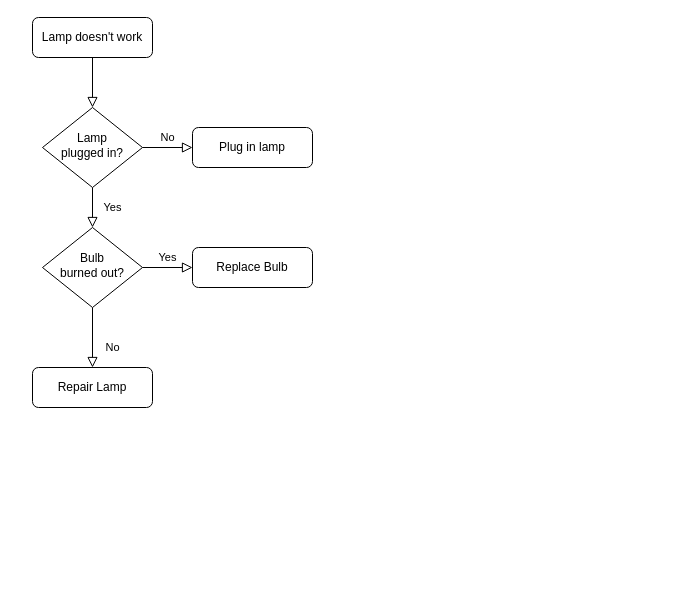
pierrelouisabraham/Lespetitsplats keeps this draw.io diagram as Diagramme sans nom.drawio. Above is the earlier version. Source tidied: cells renumbered, new cells numbered last; positions are measured from the earlier drawing's top-left corner, leaving out a move shared by most shapes. Both pictures are drawn from the tidied source at 100%, with x=0, y=0 at pixel (32, 17).
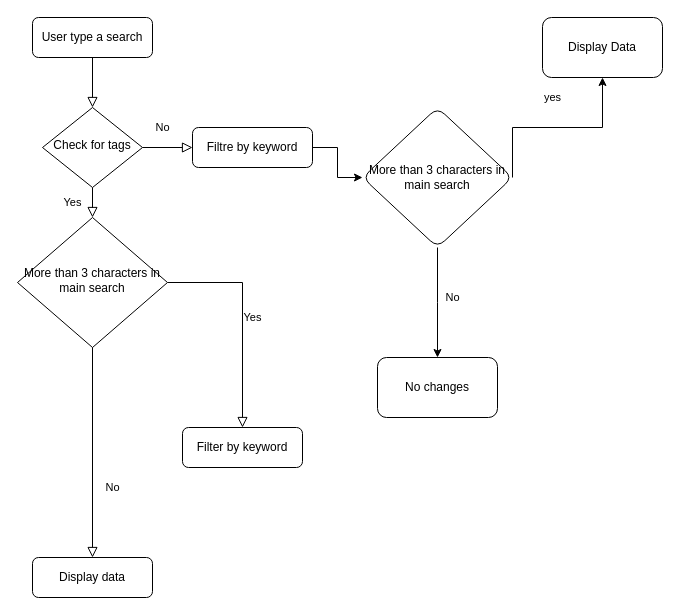
Above is the later version.

Commit message:
Mettre à jour Diagramme sans nom.drawio

The edit, as a diff of the source:
```diff
@@
-    <mxCell id="3" value="Lamp doesn't work" style="rounded=1;whiteSpace=wrap;html=1;fontSize=12;glass=0;strokeWidth=1;shadow=0;" parent="1" vertex="1">
+    <mxCell id="3" value="User type a search" style="rounded=1;whiteSpace=wrap;html=1;fontSize=12;glass=0;strokeWidth=1;shadow=0;" parent="1" vertex="1">
       <mxGeometry width="120" height="40" as="geometry" />
     </mxCell>
@@
     <mxCell id="5" value="No" style="edgeStyle=orthogonalEdgeStyle;rounded=0;html=1;jettySize=auto;fontSize=11;endArrow=block;endFill=0;endSize=8;strokeWidth=1;shadow=0;labelBackgroundColor=none;" parent="1" edge="1" source="6" target="7">
-      <mxGeometry y="10" relative="1" as="geometry" />
+      <mxGeometry x="-0.2" y="20" relative="1" as="geometry" />
     </mxCell>
-    <mxCell id="6" value="Lamp&lt;br&gt;plugged in?" style="rhombus;whiteSpace=wrap;html=1;shadow=0;fontFamily=Helvetica;fontSize=12;align=center;strokeWidth=1;spacing=6;spacingTop=-4;" parent="1" vertex="1">
+    <mxCell id="6" value="Check for tags" style="rhombus;whiteSpace=wrap;html=1;shadow=0;fontFamily=Helvetica;fontSize=12;align=center;strokeWidth=1;spacing=6;spacingTop=-4;" parent="1" vertex="1">
       <mxGeometry x="10" y="90" width="100" height="80" as="geometry" />
     </mxCell>
+    <mxCell id="13" style="edgeStyle=orthogonalEdgeStyle;rounded=0;jettySize=auto;html=1;" parent="1" edge="1" source="7" target="18">
+      <mxGeometry relative="1" as="geometry" />
+    </mxCell>
-    <mxCell id="7" value="Plug in lamp" style="rounded=1;whiteSpace=wrap;html=1;fontSize=12;glass=0;strokeWidth=1;shadow=0;" parent="1" vertex="1">
+    <mxCell id="7" value="Filtre by keyword" style="rounded=1;whiteSpace=wrap;html=1;fontSize=12;glass=0;strokeWidth=1;shadow=0;" parent="1" vertex="1">
       <mxGeometry x="160" y="110" width="120" height="40" as="geometry" />
     </mxCell>
@@
+    <mxCell id="14" style="edgeStyle=orthogonalEdgeStyle;rounded=0;jettySize=auto;html=1;exitX=0.5;exitY=1;exitDx=0;exitDy=0;" parent="1" edge="1" source="10">
+      <mxGeometry relative="1" as="geometry">
+        <mxPoint x="60" y="310" as="targetPoint" />
+      </mxGeometry>
+    </mxCell>
-    <mxCell id="10" value="Bulb&lt;br&gt;burned out?" style="rhombus;whiteSpace=wrap;html=1;shadow=0;fontFamily=Helvetica;fontSize=12;align=center;strokeWidth=1;spacing=6;spacingTop=-4;" parent="1" vertex="1">
-      <mxGeometry x="10" y="210" width="100" height="80" as="geometry" />
+    <mxCell id="10" value="More than 3 characters in main search" style="rhombus;whiteSpace=wrap;html=1;shadow=0;fontFamily=Helvetica;fontSize=12;align=center;strokeWidth=1;spacing=6;spacingTop=-4;" parent="1" vertex="1">
+      <mxGeometry x="-15" y="200" width="150" height="130" as="geometry" />
     </mxCell>
-    <mxCell id="11" value="Repair Lamp" style="rounded=1;whiteSpace=wrap;html=1;fontSize=12;glass=0;strokeWidth=1;shadow=0;" parent="1" vertex="1">
-      <mxGeometry y="350" width="120" height="40" as="geometry" />
+    <mxCell id="11" value="Display data" style="rounded=1;whiteSpace=wrap;html=1;fontSize=12;glass=0;strokeWidth=1;shadow=0;" parent="1" vertex="1">
+      <mxGeometry y="540" width="120" height="40" as="geometry" />
     </mxCell>
-    <mxCell id="12" value="Replace Bulb" style="rounded=1;whiteSpace=wrap;html=1;fontSize=12;glass=0;strokeWidth=1;shadow=0;" parent="1" vertex="1">
-      <mxGeometry x="160" y="230" width="120" height="40" as="geometry" />
+    <mxCell id="12" value="Filter by keyword" style="rounded=1;whiteSpace=wrap;html=1;fontSize=12;glass=0;strokeWidth=1;shadow=0;" parent="1" vertex="1">
+      <mxGeometry x="150" y="410" width="120" height="40" as="geometry" />
     </mxCell>
+    <mxCell id="15" value="Display Data" style="whiteSpace=wrap;html=1;rounded=1;glass=0;strokeWidth=1;shadow=0;" parent="1" vertex="1">
+      <mxGeometry x="510" width="120" height="60" as="geometry" />
+    </mxCell>
+    <mxCell id="16" value="yes" style="edgeStyle=orthogonalEdgeStyle;rounded=0;jettySize=auto;html=1;exitX=1;exitY=0.5;exitDx=0;exitDy=0;entryX=0.5;entryY=1;entryDx=0;entryDy=0;" parent="1" edge="1" source="18" target="15">
+      <mxGeometry x="-0.05" y="30" relative="1" as="geometry">
+        <Array as="points">
+          <mxPoint x="570" y="110" />
+        </Array>
+      </mxGeometry>
+    </mxCell>
+    <mxCell id="17" value="No" style="edgeStyle=orthogonalEdgeStyle;rounded=0;jettySize=auto;html=1;exitX=0.5;exitY=1;exitDx=0;exitDy=0;" parent="1" edge="1" source="18">
+      <mxGeometry x="-0.1" y="15" relative="1" as="geometry">
+        <mxPoint x="405" y="340" as="targetPoint" />
+      </mxGeometry>
+    </mxCell>
+    <mxCell id="18" value="More than 3 characters in main search" style="rhombus;whiteSpace=wrap;html=1;rounded=1;glass=0;strokeWidth=1;shadow=0;" parent="1" vertex="1">
+      <mxGeometry x="330" y="90" width="150" height="140" as="geometry" />
+    </mxCell>
+    <mxCell id="19" value="No changes" style="rounded=1;whiteSpace=wrap;html=1;" parent="1" vertex="1">
+      <mxGeometry x="345" y="340" width="120" height="60" as="geometry" />
+    </mxCell>
```
